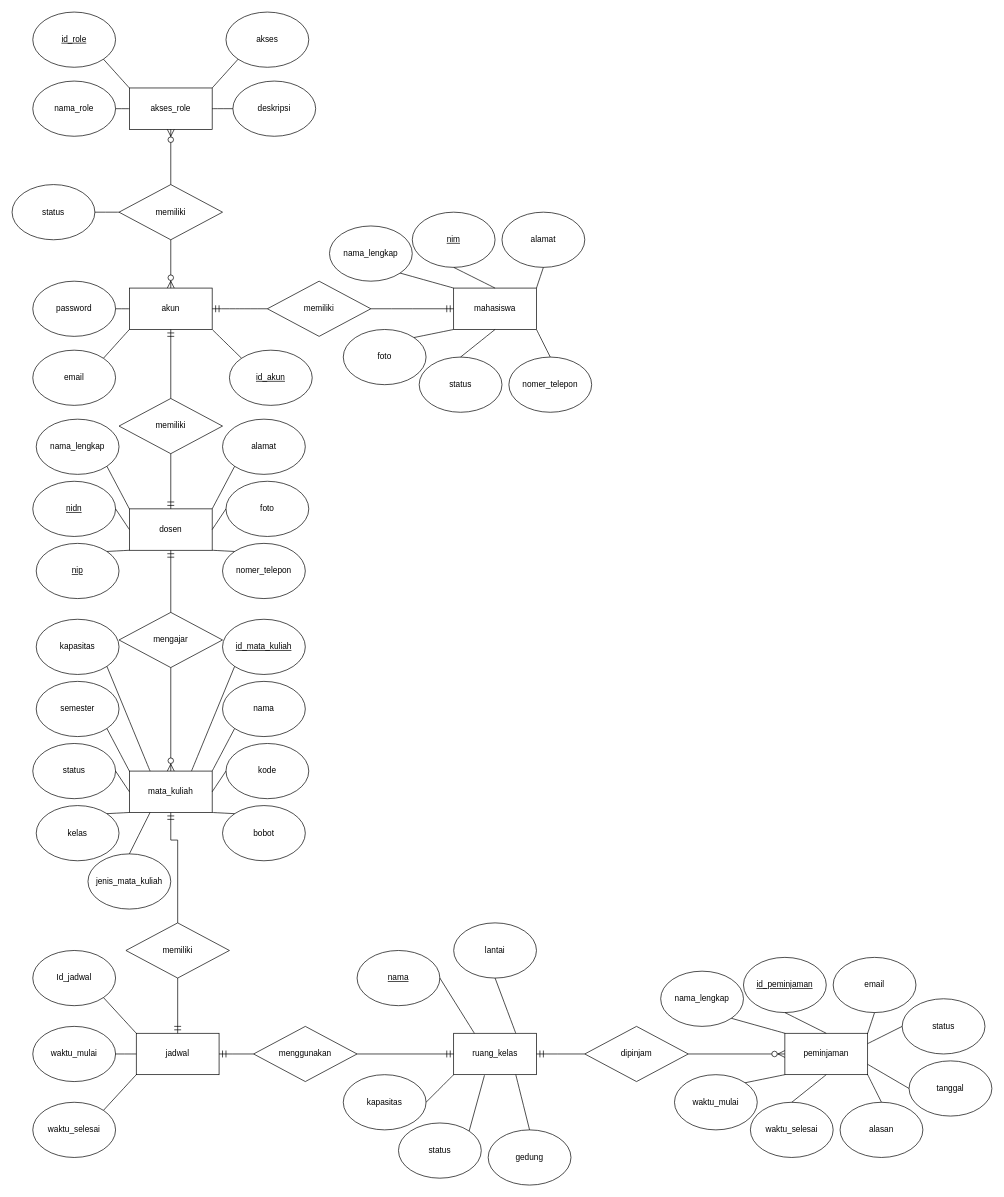
Earlier version of the draw.io diagram Untitled Diagram.drawio (Cahayatirta/agama). Source tidied: cells renumbered, new cells numbered last; positions are measured from the earlier drawing's top-left corner, leaving out a move shared by most shapes. Both pictures are drawn from the tidied source at 69%, with x=0, y=0 at pixel (12, 12).
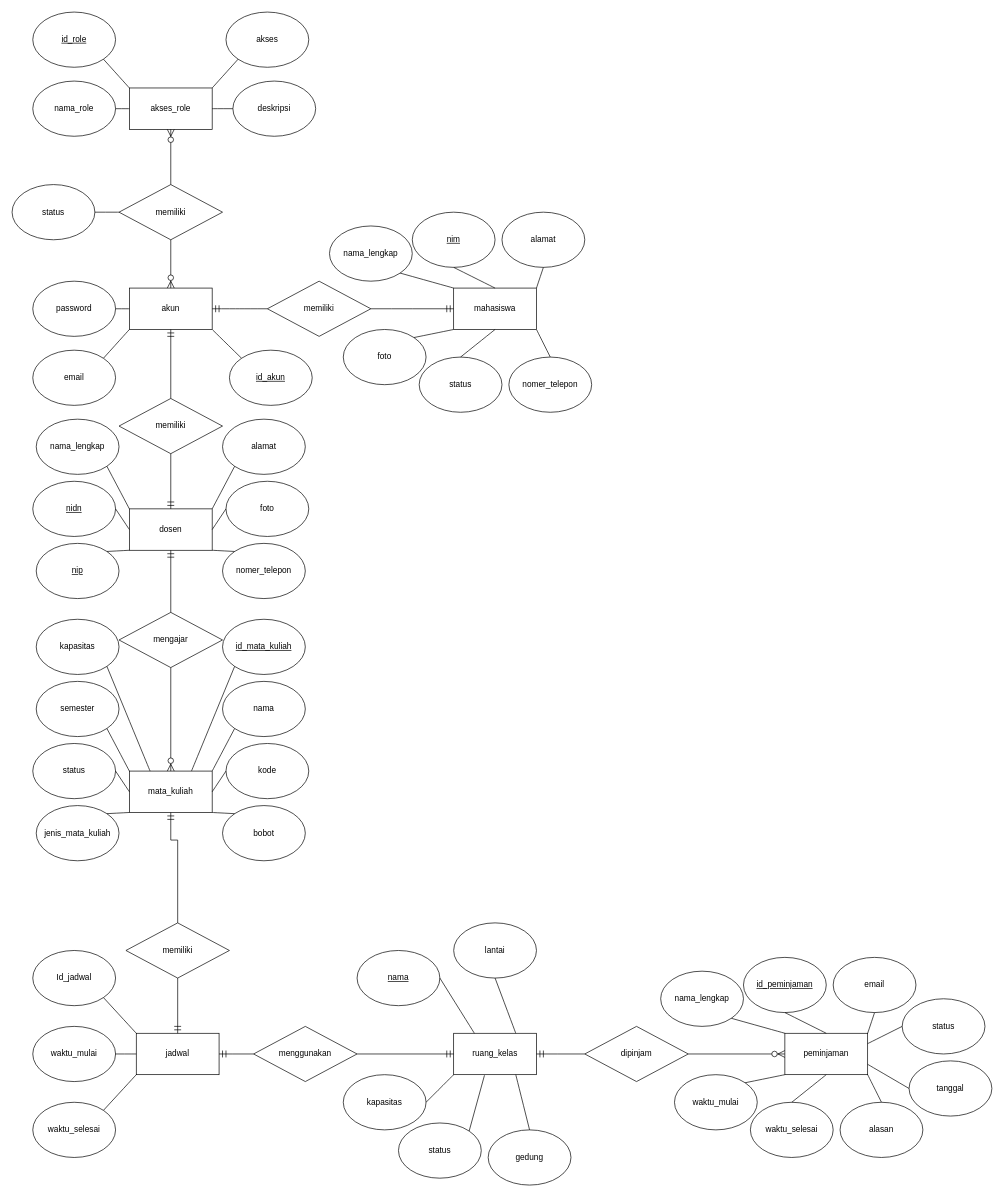
Above is the later version.

The change refers to these unchanged cells:
```xml
<mxCell id="41" value="mata_kuliah" style="rounded=0;whiteSpace=wrap;html=1;" parent="1" vertex="1">
  <mxGeometry x="170" y="1100" width="120" height="60" as="geometry" />
</mxCell>
```

What changed in the source:
```diff
@@
-    <mxCell id="59" value="kelas" style="ellipse;whiteSpace=wrap;html=1;" parent="1" vertex="1">
+    <mxCell id="59" value="jenis_mata_kuliah" style="ellipse;whiteSpace=wrap;html=1;" parent="1" vertex="1">
       <mxGeometry x="35" y="1150" width="120" height="80" as="geometry" />
     </mxCell>
@@
-    <mxCell id="61" value="jenis_mata_kuliah" style="ellipse;whiteSpace=wrap;html=1;" parent="1" vertex="1">
-      <mxGeometry x="110" y="1220" width="120" height="80" as="geometry" />
-    </mxCell>
-    <mxCell id="62" style="endArrow=none;html=1;rounded=0;fontSize=12;startSize=8;endSize=8;curved=1;entryX=0.5;entryY=0;entryDx=0;entryDy=0;exitX=0.25;exitY=1;exitDx=0;exitDy=0;" parent="1" edge="1" source="41" target="61">
-      <mxGeometry relative="1" as="geometry" />
-    </mxCell>
```
